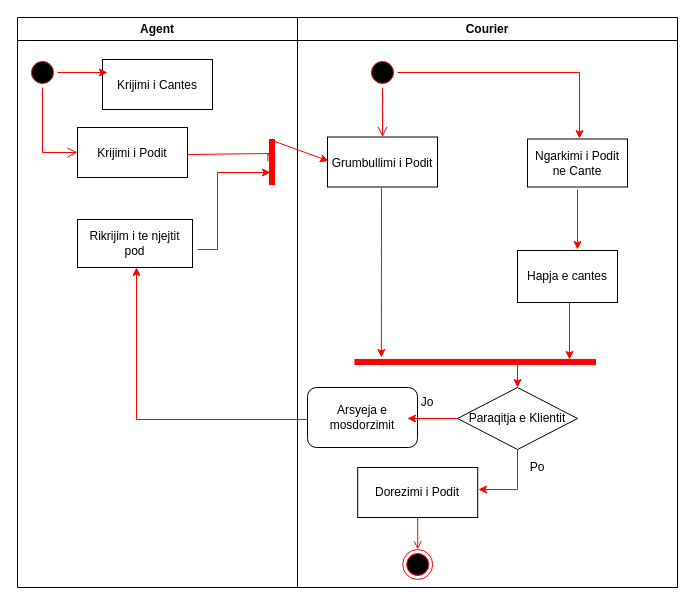
arbdoescode/Group6-Project keeps this draw.io diagram as Diagrams/UML/Untitled Diagram.drawio. Above is the earlier version. Source tidied: cells renumbered, new cells numbered last; positions are measured from the earlier drawing's top-left corner, leaving out a move shared by most shapes. Both pictures are drawn from the tidied source at 100%, with x=0, y=0 at pixel (17, 17).
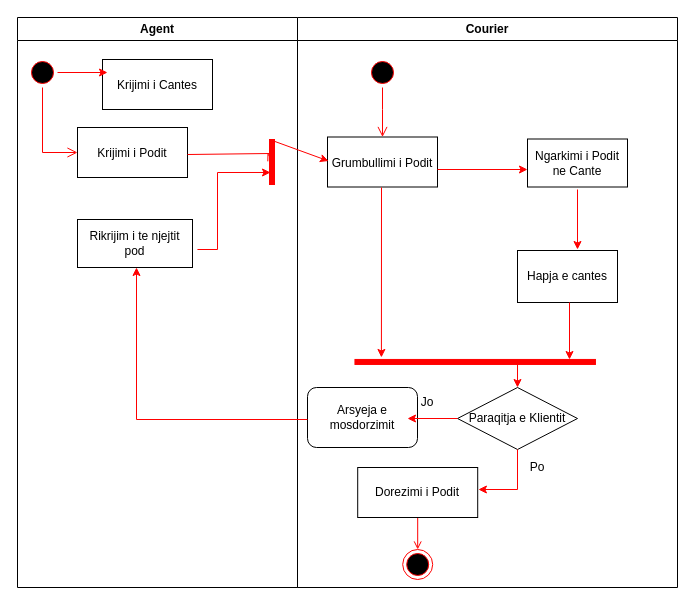
The same page after the edit.

Unchanged cells that the change refers to:
```xml
<mxCell id="9" value="Courier" style="swimlane;whiteSpace=wrap;startSize=23;" parent="1" vertex="1">
  <mxGeometry x="280" width="380" height="570" as="geometry" />
</mxCell>
<mxCell id="10" style="ellipse;shape=startState;fillColor=#000000;strokeColor=#ff0000;" parent="9" vertex="1">
  <mxGeometry x="70" y="40" width="30" height="30" as="geometry" />
</mxCell>
<mxCell id="12" value="Grumbullimi i Podit" parent="9" vertex="1">
  <mxGeometry x="30" y="119.5" width="110" height="50" as="geometry" />
</mxCell>
<mxCell id="15" value="&lt;font color=&quot;#000000&quot;&gt;Ngarkimi i Podit ne Cante&lt;/font&gt;" style="rounded=0;whiteSpace=wrap;html=1;fontColor=#FF0000;" parent="9" vertex="1">
  <mxGeometry x="230" y="121.5" width="100" height="48" as="geometry" />
</mxCell>
```

The edit, as a diff of the source:
```diff
@@
-    <mxCell id="28" style="endArrow=classic;html=1;rounded=0;labelBackgroundColor=#FF0000;labelBorderColor=none;fontColor=#000000;strokeColor=#FF0000;exitX=1;exitY=0.5;exitDx=0;exitDy=0;entryX=0.52;entryY=-0.01;entryDx=0;entryDy=0;entryPerimeter=0;" parent="9" edge="1" source="10" target="15">
-      <mxGeometry relative="1" as="geometry">
-        <Array as="points">
-          <mxPoint x="282" y="55" />
-        </Array>
-      </mxGeometry>
-    </mxCell>
+    <mxCell id="36" style="endArrow=classic;html=1;rounded=0;labelBackgroundColor=#FF0000;labelBorderColor=none;fontColor=#000000;strokeColor=#FF0000;exitX=1;exitY=0.65;exitDx=0;exitDy=0;exitPerimeter=0;" parent="9" edge="1" source="12">
+      <mxGeometry relative="1" as="geometry">
+        <mxPoint x="230" y="152" as="targetPoint" />
+      </mxGeometry>
+    </mxCell>
```
